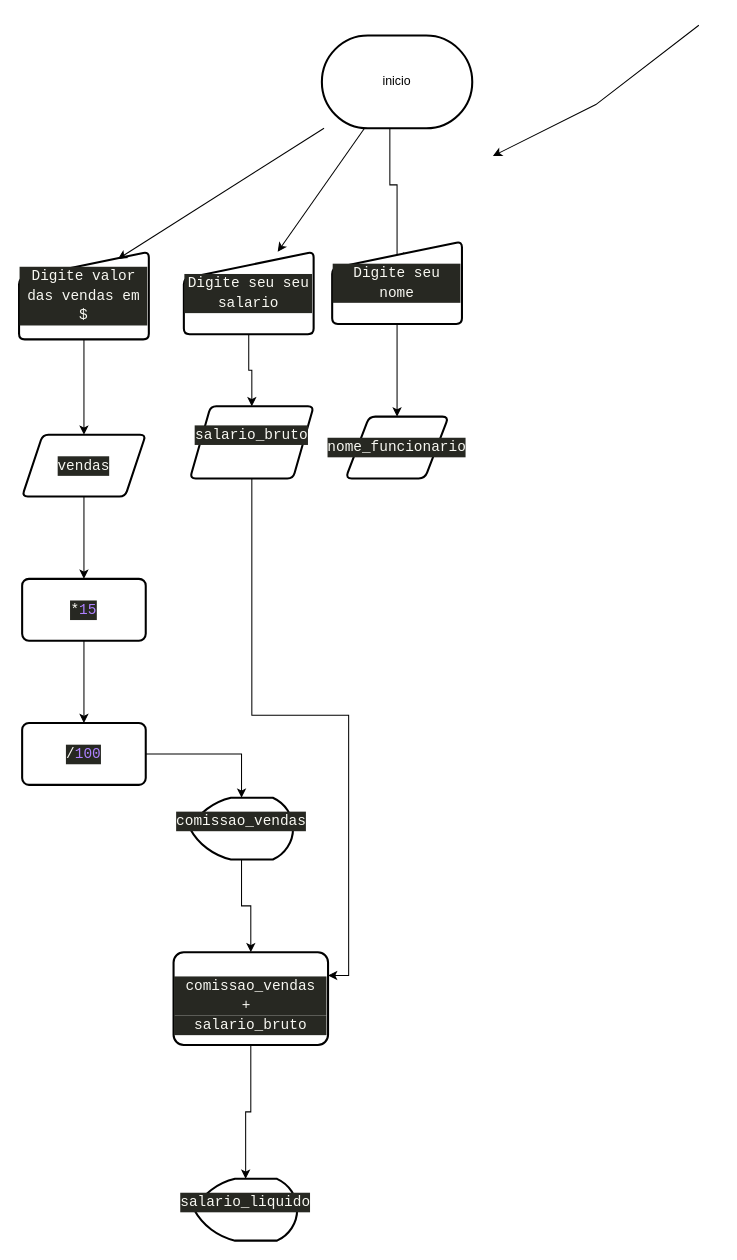
Above: Diagrama sem nome.drawio in PavaoPedro/vscode (draw.io), before the change. Source tidied: cells renumbered, new cells numbered last; positions are measured from the earlier drawing's top-left corner, leaving out a move shared by most shapes. Both pictures are drawn from the tidied source at 103%, with x=0, y=0 at pixel (19, 25).
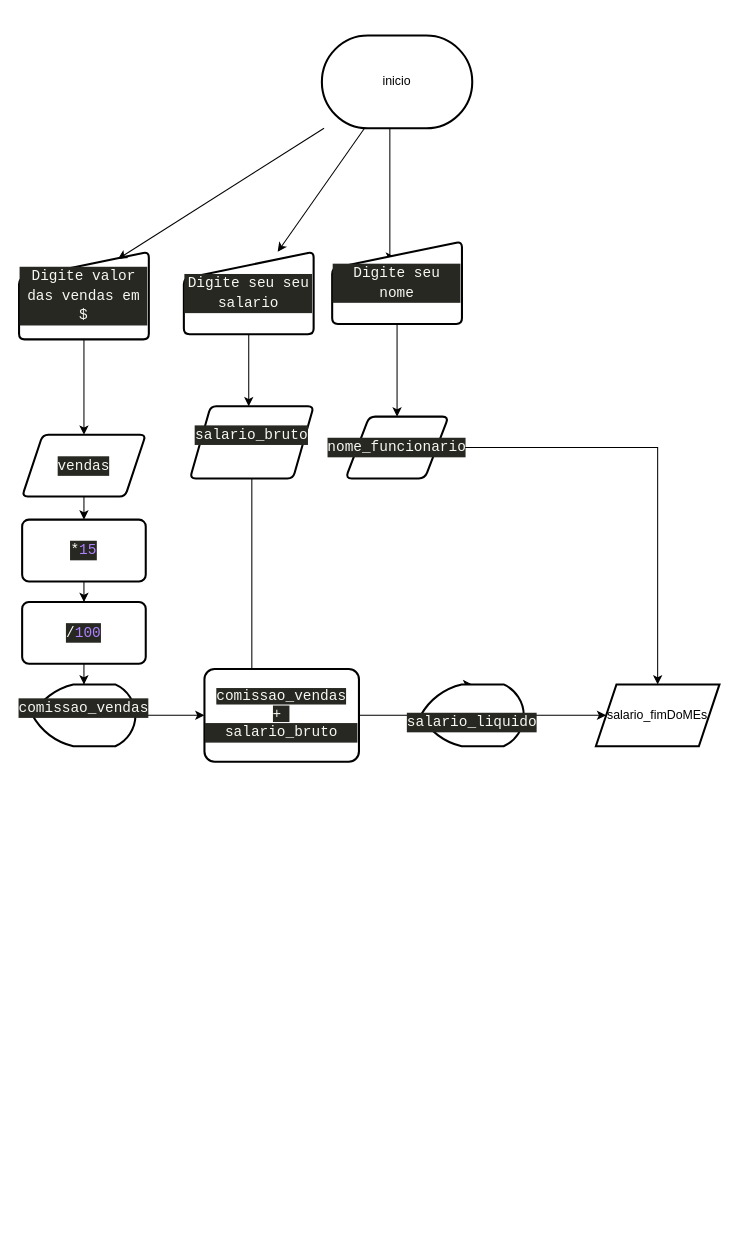
The same page after the edit.

Unchanged cells that the change refers to:
```xml
<mxCell id="3" value="inicio" style="strokeWidth=2;html=1;shape=mxgraph.flowchart.terminator;whiteSpace=wrap;" parent="1" vertex="1">
  <mxGeometry x="294" y="10" width="146" height="90" as="geometry" />
</mxCell>
<mxCell id="4" value="&lt;div style=&quot;color: rgb(248, 248, 242); background-color: rgb(39, 40, 34); font-family: Consolas, &amp;quot;Courier New&amp;quot;, monospace; font-size: 14px; line-height: 19px;&quot;&gt;Digite seu nome&lt;/div&gt;" style="html=1;strokeWidth=2;shape=manualInput;whiteSpace=wrap;rounded=1;size=26;arcSize=11;" parent="1" vertex="1">
  <mxGeometry x="304" y="210" width="126" height="80" as="geometry" />
</mxCell>
<mxCell id="6" value="&lt;div style=&quot;color: rgb(248, 248, 242); background-color: rgb(39, 40, 34); font-family: Consolas, &amp;quot;Courier New&amp;quot;, monospace; font-size: 14px; line-height: 19px;&quot;&gt;Digite seu seu salario&lt;/div&gt;" style="html=1;strokeWidth=2;shape=manualInput;whiteSpace=wrap;rounded=1;size=26;arcSize=11;" parent="1" vertex="1">
  <mxGeometry x="160" y="220" width="126" height="80" as="geometry" />
</mxCell>
<mxCell id="10" value="&lt;div style=&quot;color: rgb(248, 248, 242); background-color: rgb(39, 40, 34); font-family: Consolas, &amp;quot;Courier New&amp;quot;, monospace; font-size: 14px; line-height: 19px;&quot;&gt;nome_funcionario&lt;/div&gt;" style="shape=parallelogram;html=1;strokeWidth=2;perimeter=parallelogramPerimeter;whiteSpace=wrap;rounded=1;arcSize=12;size=0.23;" parent="1" vertex="1">
  <mxGeometry x="317" y="380" width="100" height="60" as="geometry" />
</mxCell>
<mxCell id="17" value="&#10;&lt;div style=&quot;color: rgb(248, 248, 242); background-color: rgb(39, 40, 34); font-family: Consolas, &amp;quot;Courier New&amp;quot;, monospace; font-weight: normal; font-size: 14px; line-height: 19px;&quot;&gt;&lt;div&gt;&lt;span style=&quot;color: #f8f8f2;&quot;&gt;salario_bruto&lt;/span&gt;&lt;/div&gt;&lt;/div&gt;&#10;&#10;" style="shape=parallelogram;perimeter=parallelogramPerimeter;whiteSpace=wrap;html=1;fixedSize=1;strokeWidth=2;rounded=1;arcSize=11;" parent="1" vertex="1">
  <mxGeometry x="166" y="370" width="120" height="70" as="geometry" />
</mxCell>
```

The edit, as a diff of the source:
```diff
@@
     <mxCell id="2" style="edgeStyle=orthogonalEdgeStyle;rounded=0;jettySize=auto;html=1;entryX=0.484;entryY=0.188;entryDx=0;entryDy=0;entryPerimeter=0;" parent="1" edge="1" source="3" target="4">
       <mxGeometry relative="1" as="geometry">
         <Array as="points">
-          <mxPoint x="360" y="155" />
-          <mxPoint x="367" y="155" />
-          <mxPoint x="367" y="225" />
+          <mxPoint x="360" y="225" />
         </Array>
       </mxGeometry>
     </mxCell>
@@
     <mxCell id="5" style="edgeStyle=orthogonalEdgeStyle;rounded=0;jettySize=auto;html=1;" parent="1" edge="1" source="6" target="17">
-      <mxGeometry relative="1" as="geometry" />
+      <mxGeometry relative="1" as="geometry">
+        <Array as="points">
+          <mxPoint x="223" y="350" />
+          <mxPoint x="223" y="350" />
+        </Array>
+      </mxGeometry>
     </mxCell>
@@
+    <mxCell id="27" style="edgeStyle=orthogonalEdgeStyle;rounded=0;jettySize=auto;html=1;" parent="1" edge="1" source="10" target="29">
+      <mxGeometry relative="1" as="geometry" />
+    </mxCell>
@@
-    <mxCell id="13" style="edgeStyle=none;orthogonalLoop=1;jettySize=auto;html=1;rounded=0;entryX=0.762;entryY=0.082;entryDx=0;entryDy=0;entryPerimeter=0;" parent="1" edge="1">
-      <mxGeometry relative="1" as="geometry">
-        <mxPoint x="660" as="sourcePoint" />
-        <mxPoint x="460" y="127" as="targetPoint" />
-        <Array as="points">
-          <mxPoint x="560" y="77" />
-        </Array>
-      </mxGeometry>
-    </mxCell>
@@
     <mxCell id="16" style="edgeStyle=orthogonalEdgeStyle;rounded=0;jettySize=auto;html=1;entryX=1;entryY=0.25;entryDx=0;entryDy=0;" parent="1" edge="1" source="17" target="24">
-      <mxGeometry relative="1" as="geometry" />
+      <mxGeometry relative="1" as="geometry">
+        <Array as="points">
+          <mxPoint x="226" y="648" />
+        </Array>
+      </mxGeometry>
     </mxCell>
@@
     <mxCell id="19" value="&lt;div style=&quot;color: rgb(248, 248, 242); background-color: rgb(39, 40, 34); font-family: Consolas, &amp;quot;Courier New&amp;quot;, monospace; font-size: 14px; line-height: 19px;&quot;&gt;*&lt;span style=&quot;color: #ae81ff;&quot;&gt;15&lt;/span&gt;&lt;/div&gt;" style="whiteSpace=wrap;html=1;strokeWidth=2;rounded=1;arcSize=11;" parent="1" vertex="1">
-      <mxGeometry x="3" y="537.5" width="120" height="60" as="geometry" />
+      <mxGeometry x="3" y="480" width="120" height="60" as="geometry" />
     </mxCell>
@@
     <mxCell id="21" value="&lt;div style=&quot;color: rgb(248, 248, 242); background-color: rgb(39, 40, 34); font-family: Consolas, &amp;quot;Courier New&amp;quot;, monospace; font-size: 14px; line-height: 19px;&quot;&gt;/&lt;span style=&quot;color: #ae81ff;&quot;&gt;100&lt;/span&gt;&lt;/div&gt;" style="rounded=1;whiteSpace=wrap;html=1;strokeWidth=2;arcSize=11;" parent="1" vertex="1">
-      <mxGeometry x="3" y="677.5" width="120" height="60" as="geometry" />
+      <mxGeometry x="3" y="560" width="120" height="60" as="geometry" />
     </mxCell>
@@
     <mxCell id="23" style="edgeStyle=orthogonalEdgeStyle;rounded=0;jettySize=auto;html=1;entryX=0.5;entryY=0;entryDx=0;entryDy=0;entryPerimeter=0;" parent="1" edge="1" source="24" target="25">
-      <mxGeometry relative="1" as="geometry" />
+      <mxGeometry relative="1" as="geometry">
+        <Array as="points">
+          <mxPoint x="430" y="670" />
+          <mxPoint x="430" y="640" />
+        </Array>
+      </mxGeometry>
     </mxCell>
-    <mxCell id="24" value="&lt;br&gt;&lt;div style=&quot;border-color: var(--border-color); font-style: normal; font-variant-ligatures: normal; font-variant-caps: normal; font-weight: normal; letter-spacing: normal; orphans: 2; text-align: center; text-indent: 0px; text-transform: none; widows: 2; word-spacing: 0px; -webkit-text-stroke-width: 0px; text-decoration-thickness: initial; text-decoration-style: initial; text-decoration-color: initial; color: rgb(248, 248, 242); background-color: rgb(39, 40, 34); font-family: Consolas, &amp;quot;Courier New&amp;quot;, monospace; font-size: 14px; line-height: 19px;&quot;&gt;&lt;div style=&quot;border-color: var(--border-color);&quot;&gt;&lt;span style=&quot;border-color: var(--border-color); color: rgb(248, 248, 242);&quot;&gt;comissao_vendas +&amp;nbsp;&lt;/span&gt;&lt;/div&gt;&lt;/div&gt;&lt;div style=&quot;border-color: var(--border-color); color: rgb(248, 248, 242); background-color: rgb(39, 40, 34); font-family: Consolas, &amp;quot;Courier New&amp;quot;, monospace; font-size: 14px; line-height: 19px;&quot;&gt;&lt;div style=&quot;border-color: var(--border-color);&quot;&gt;salario_bruto&lt;/div&gt;&lt;/div&gt;" style="rounded=1;whiteSpace=wrap;html=1;strokeWidth=2;arcSize=11;" parent="1" vertex="1">
-      <mxGeometry x="150" y="900" width="150" height="90" as="geometry" />
+    <mxCell id="24" value="&lt;span style=&quot;color: rgb(248, 248, 242); background-color: rgb(39, 40, 34); font-family: Consolas, &amp;quot;Courier New&amp;quot;, monospace; font-size: 14px;&quot;&gt;comissao_vendas +&amp;nbsp;&lt;/span&gt;&lt;br&gt;&lt;div style=&quot;border-color: var(--border-color); color: rgb(248, 248, 242); background-color: rgb(39, 40, 34); font-family: Consolas, &amp;quot;Courier New&amp;quot;, monospace; font-size: 14px; line-height: 19px;&quot;&gt;&lt;div style=&quot;border-color: var(--border-color);&quot;&gt;salario_bruto&lt;/div&gt;&lt;/div&gt;" style="rounded=1;whiteSpace=wrap;html=1;strokeWidth=2;arcSize=11;" parent="1" vertex="1">
+      <mxGeometry x="180" y="625" width="150" height="90" as="geometry" />
     </mxCell>
+    <mxCell id="28" style="edgeStyle=orthogonalEdgeStyle;rounded=0;jettySize=auto;html=1;" parent="1" edge="1" source="25" target="29">
+      <mxGeometry relative="1" as="geometry" />
+    </mxCell>
-    <mxCell id="25" value="&#10;&lt;div style=&quot;color: rgb(248, 248, 242); background-color: rgb(39, 40, 34); font-family: Consolas, &amp;quot;Courier New&amp;quot;, monospace; font-weight: normal; font-size: 14px; line-height: 19px;&quot;&gt;&lt;div&gt;&lt;span style=&quot;color: #f8f8f2;&quot;&gt;salario_liquido&lt;/span&gt;&lt;/div&gt;&lt;/div&gt;&#10;&#10;" style="strokeWidth=2;html=1;shape=mxgraph.flowchart.display;whiteSpace=wrap;" parent="1" vertex="1">
-      <mxGeometry x="170" y="1120" width="100" height="60" as="geometry" />
+    <mxCell id="25" value="&lt;br&gt;&lt;div style=&quot;border-color: var(--border-color); color: rgb(248, 248, 242); background-color: rgb(39, 40, 34); font-family: Consolas, &amp;quot;Courier New&amp;quot;, monospace; font-size: 14px; line-height: 19px;&quot;&gt;&lt;div style=&quot;border-color: var(--border-color);&quot;&gt;salario_liquido&lt;/div&gt;&lt;/div&gt;" style="strokeWidth=2;html=1;shape=mxgraph.flowchart.display;whiteSpace=wrap;" parent="1" vertex="1">
+      <mxGeometry x="390" y="640" width="100" height="60" as="geometry" />
     </mxCell>
     <mxCell id="26" value="&lt;br&gt;&lt;div style=&quot;border-color: var(--border-color); font-style: normal; font-variant-ligatures: normal; font-variant-caps: normal; font-weight: normal; letter-spacing: normal; orphans: 2; text-align: center; text-indent: 0px; text-transform: none; widows: 2; word-spacing: 0px; -webkit-text-stroke-width: 0px; text-decoration-thickness: initial; text-decoration-style: initial; text-decoration-color: initial; color: rgb(248, 248, 242); background-color: rgb(39, 40, 34); font-family: Consolas, &amp;quot;Courier New&amp;quot;, monospace; font-size: 14px; line-height: 19px;&quot;&gt;&lt;div style=&quot;border-color: var(--border-color);&quot;&gt;&lt;span style=&quot;border-color: var(--border-color); color: rgb(248, 248, 242);&quot;&gt;comissao_vendas&lt;/span&gt;&lt;/div&gt;&lt;/div&gt;&lt;br style=&quot;border-color: var(--border-color); color: rgb(0, 0, 0); font-family: Helvetica; font-size: 12px; font-style: normal; font-variant-ligatures: normal; font-variant-caps: normal; font-weight: 400; letter-spacing: normal; orphans: 2; text-align: center; text-indent: 0px; text-transform: none; widows: 2; word-spacing: 0px; -webkit-text-stroke-width: 0px; background-color: rgb(251, 251, 251); text-decoration-thickness: initial; text-decoration-style: initial; text-decoration-color: initial;&quot;&gt;&lt;br&gt;" style="strokeWidth=2;html=1;shape=mxgraph.flowchart.display;whiteSpace=wrap;" parent="1" vertex="1">
-      <mxGeometry x="166" y="750" width="100" height="60" as="geometry" />
+      <mxGeometry x="13" y="640" width="100" height="60" as="geometry" />
     </mxCell>
+    <mxCell id="29" value="salario_fimDoMEs" style="shape=parallelogram;perimeter=parallelogramPerimeter;whiteSpace=wrap;html=1;fixedSize=1;strokeWidth=2;" parent="1" vertex="1">
+      <mxGeometry x="560" y="640" width="120" height="60" as="geometry" />
+    </mxCell>
```
